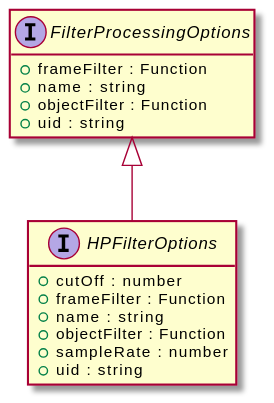
This is assets/HPFilterOptions-umlClassDiagram-14034.svg from OpenHPS/openhps-core, a PlantUML export, as it was before one commit. The source it was exported from:
```plantuml
@startuml
skinparam BackgroundColor transparent
hide empty methods
hide empty fields
interface "HPFilterOptions" {
    +cutOff : number
    +frameFilter : Function
    +name : string
    +objectFilter : Function
    +sampleRate : number
    +uid : string
}
interface "FilterProcessingOptions" {
    +frameFilter : Function
    +name : string
    +objectFilter : Function
    +uid : string
}
"FilterProcessingOptions" <|-- "HPFilterOptions"
@enduml
```
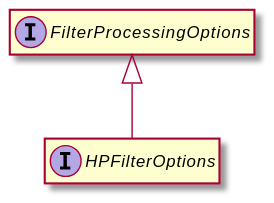
After the commit.

Diff of the diagram source:
```diff
@@ -3,18 +3,8 @@
 hide empty methods
 hide empty fields
 interface "HPFilterOptions" {
-    +cutOff : number
-    +frameFilter : Function
-    +name : string
-    +objectFilter : Function
-    +sampleRate : number
-    +uid : string
 }
 interface "FilterProcessingOptions" {
-    +frameFilter : Function
-    +name : string
-    +objectFilter : Function
-    +uid : string
 }
 "FilterProcessingOptions" <|-- "HPFilterOptions"
 @enduml
```
